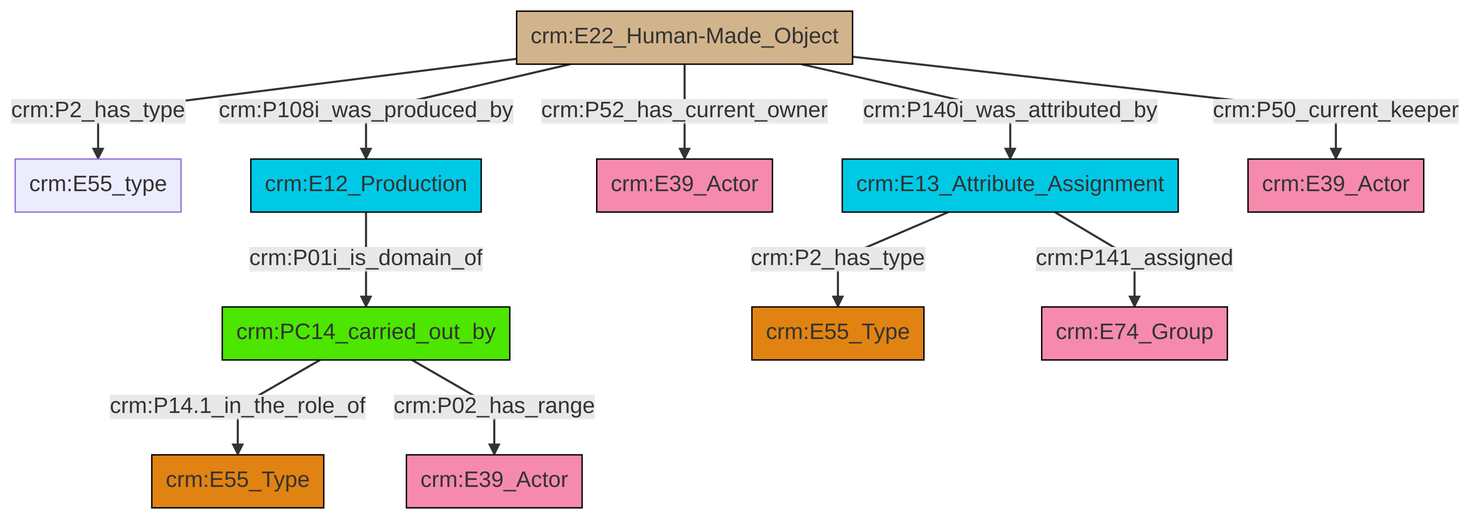
This is et/artworkCSV/ttl/mmd/png/Artwork_Actor_Relations.png from swiss-art-research-net/docs.swissartresearch, a Mermaid export, as it was before one commit. Its source is kept beside it as et/artworkCSV/ttl/mmd/Artwork_Actor_Relations.ttl.mmd.
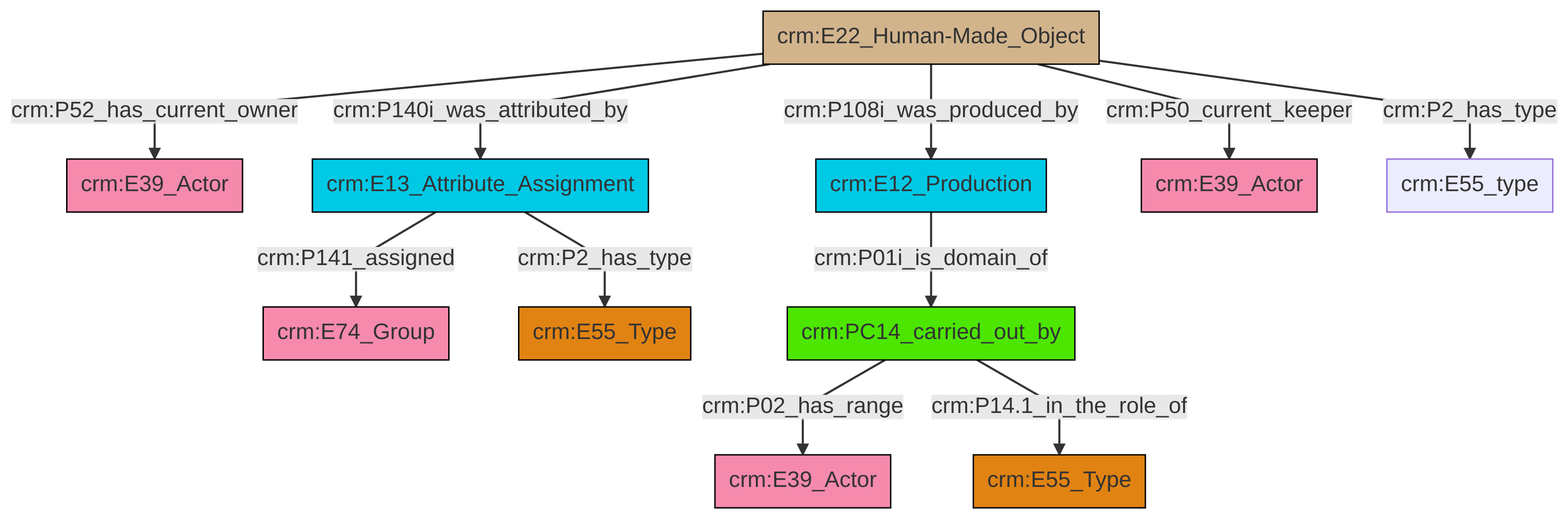
After the commit.

Change to the diagram source:
```diff
@@ -13,13 +13,13 @@
 classDef PC_Classes fill:#4ce600, stroke:#000000;
 classDef Multi fill:#cccccc,stroke:#000000;
 
-0["crm:E22_Human-Made_Object"]:::Physical_Thing -->|crm:P2_has_type| 1["crm:E55_type"]:::Default
-2["crm:E12_Production"]:::Temporal_Entity -->|crm:P01i_is_domain_of| 3["crm:PC14_carried_out_by"]:::PC_Classes
-0["crm:E22_Human-Made_Object"]:::Physical_Thing -->|crm:P52_has_current_owner| 5["crm:E39_Actor"]:::Actor
-0["crm:E22_Human-Made_Object"]:::Physical_Thing -->|crm:P108i_was_produced_by| 2["crm:E12_Production"]:::Temporal_Entity
-3["crm:PC14_carried_out_by"]:::PC_Classes -->|crm:P14.1_in_the_role_of| 11["crm:E55_Type"]:::Type
-9["crm:E13_Attribute_Assignment"]:::Temporal_Entity -->|crm:P141_assigned| 13["crm:E74_Group"]:::Actor
-0["crm:E22_Human-Made_Object"]:::Physical_Thing -->|crm:P140i_was_attributed_by| 9["crm:E13_Attribute_Assignment"]:::Temporal_Entity
-9["crm:E13_Attribute_Assignment"]:::Temporal_Entity -->|crm:P2_has_type| 6["crm:E55_Type"]:::Type
-0["crm:E22_Human-Made_Object"]:::Physical_Thing -->|crm:P50_current_keeper| 18["crm:E39_Actor"]:::Actor
-3["crm:PC14_carried_out_by"]:::PC_Classes -->|crm:P02_has_range| 16["crm:E39_Actor"]:::Actor
+2["crm:E22_Human-Made_Object"]:::Physical_Thing -->|crm:P52_has_current_owner| 3["crm:E39_Actor"]:::Actor
+2["crm:E22_Human-Made_Object"]:::Physical_Thing -->|crm:P108i_was_produced_by| 15["crm:E12_Production"]:::Temporal_Entity
+13["crm:E13_Attribute_Assignment"]:::Temporal_Entity -->|crm:P141_assigned| 4["crm:E74_Group"]:::Actor
+10["crm:PC14_carried_out_by"]:::PC_Classes -->|crm:P02_has_range| 0["crm:E39_Actor"]:::Actor
+2["crm:E22_Human-Made_Object"]:::Physical_Thing -->|crm:P50_current_keeper| 17["crm:E39_Actor"]:::Actor
+2["crm:E22_Human-Made_Object"]:::Physical_Thing -->|crm:P2_has_type| 18["crm:E55_type"]:::Default
+10["crm:PC14_carried_out_by"]:::PC_Classes -->|crm:P14.1_in_the_role_of| 20["crm:E55_Type"]:::Type
+13["crm:E13_Attribute_Assignment"]:::Temporal_Entity -->|crm:P2_has_type| 7["crm:E55_Type"]:::Type
+15["crm:E12_Production"]:::Temporal_Entity -->|crm:P01i_is_domain_of| 10["crm:PC14_carried_out_by"]:::PC_Classes
+2["crm:E22_Human-Made_Object"]:::Physical_Thing -->|crm:P140i_was_attributed_by| 13["crm:E13_Attribute_Assignment"]:::Temporal_Entity
```
